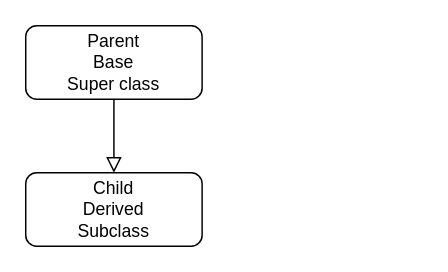
Earlier version of the draw.io diagram docs/classes/images/Inheritance.drawio (gmc-code/PC-Microbit-Extension-backup). Source tidied: cells renumbered, new cells numbered last; positions are measured from the earlier drawing's top-left corner, leaving out a move shared by most shapes. Both pictures are drawn from the tidied source at 147%, with x=0, y=0 at pixel (25, 25).
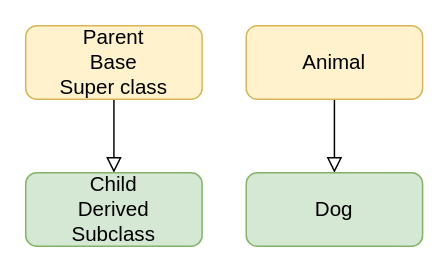
The same diagram, later.

Change to the diagram source:
```diff
@@
 <mxGraphModel>
   <root>
     <mxCell id="0" />
     <mxCell id="1" parent="0" />
     <mxCell id="2" style="rounded=0;html=1;jettySize=auto;fontSize=11;endArrow=block;endFill=0;endSize=8;strokeWidth=1;shadow=0;labelBackgroundColor=none;edgeStyle=orthogonalEdgeStyle;" parent="1" edge="1" source="3">
       <mxGeometry relative="1" as="geometry">
         <mxPoint x="60" y="100" as="targetPoint" />
       </mxGeometry>
     </mxCell>
-    <mxCell id="3" value="Parent&lt;br&gt;Base&lt;br&gt;Super class" style="rounded=1;whiteSpace=wrap;html=1;fontSize=12;glass=0;strokeWidth=1;shadow=0;" parent="1" vertex="1">
+    <mxCell id="3" value="Parent&lt;br style=&quot;font-size: 14px;&quot;&gt;Base&lt;br style=&quot;font-size: 14px;&quot;&gt;Super class" style="rounded=1;whiteSpace=wrap;html=1;fontSize=14;glass=0;strokeWidth=1;shadow=0;fillColor=#fff2cc;strokeColor=#d6b656;" parent="1" vertex="1">
       <mxGeometry width="120" height="50" as="geometry" />
     </mxCell>
-    <mxCell id="4" value="Child&lt;br&gt;Derived&lt;br&gt;Subclass" style="rounded=1;whiteSpace=wrap;html=1;fontSize=12;glass=0;strokeWidth=1;shadow=0;" parent="1" vertex="1">
+    <mxCell id="4" value="Child&lt;br style=&quot;font-size: 14px;&quot;&gt;Derived&lt;br style=&quot;font-size: 14px;&quot;&gt;Subclass" style="rounded=1;whiteSpace=wrap;html=1;fontSize=14;glass=0;strokeWidth=1;shadow=0;fillColor=#d5e8d4;strokeColor=#82b366;" parent="1" vertex="1">
       <mxGeometry y="100" width="120" height="50" as="geometry" />
     </mxCell>
+    <mxCell id="5" style="rounded=0;html=1;jettySize=auto;fontSize=11;endArrow=block;endFill=0;endSize=8;strokeWidth=1;shadow=0;labelBackgroundColor=none;edgeStyle=orthogonalEdgeStyle;" parent="1" edge="1" source="6">
+      <mxGeometry relative="1" as="geometry">
+        <mxPoint x="210" y="100" as="targetPoint" />
+      </mxGeometry>
+    </mxCell>
+    <mxCell id="6" value="Animal" style="rounded=1;whiteSpace=wrap;html=1;fontSize=14;glass=0;strokeWidth=1;shadow=0;fillColor=#fff2cc;strokeColor=#d6b656;" parent="1" vertex="1">
+      <mxGeometry x="150" width="120" height="50" as="geometry" />
+    </mxCell>
+    <mxCell id="7" value="Dog" style="rounded=1;whiteSpace=wrap;html=1;fontSize=14;glass=0;strokeWidth=1;shadow=0;fillColor=#d5e8d4;strokeColor=#82b366;" parent="1" vertex="1">
+      <mxGeometry x="150" y="100" width="120" height="50" as="geometry" />
+    </mxCell>
   </root>
 </mxGraphModel>
```
